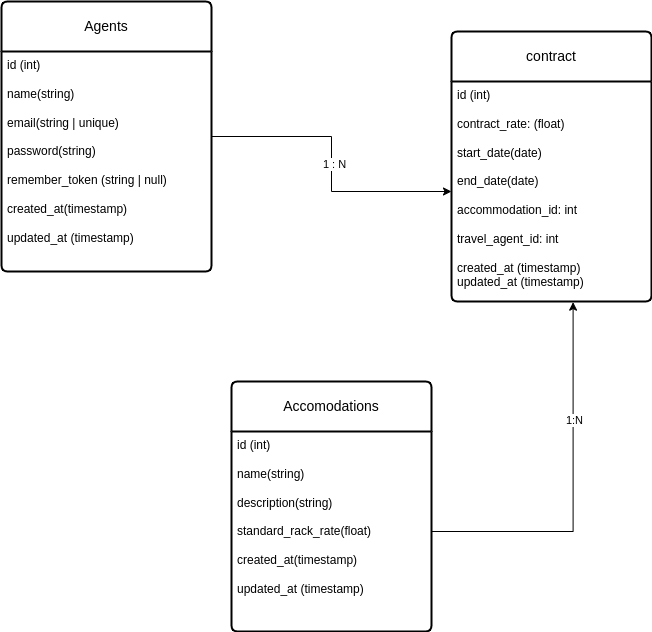
The draw.io diagram DatabaseUML.drawio.png in menyagah/B2B_Platform_For_TravelAgents, before a commit. Source tidied: cells renumbered, new cells last; positions are measured from the earlier drawing's top-left corner, leaving out a move shared by most shapes.
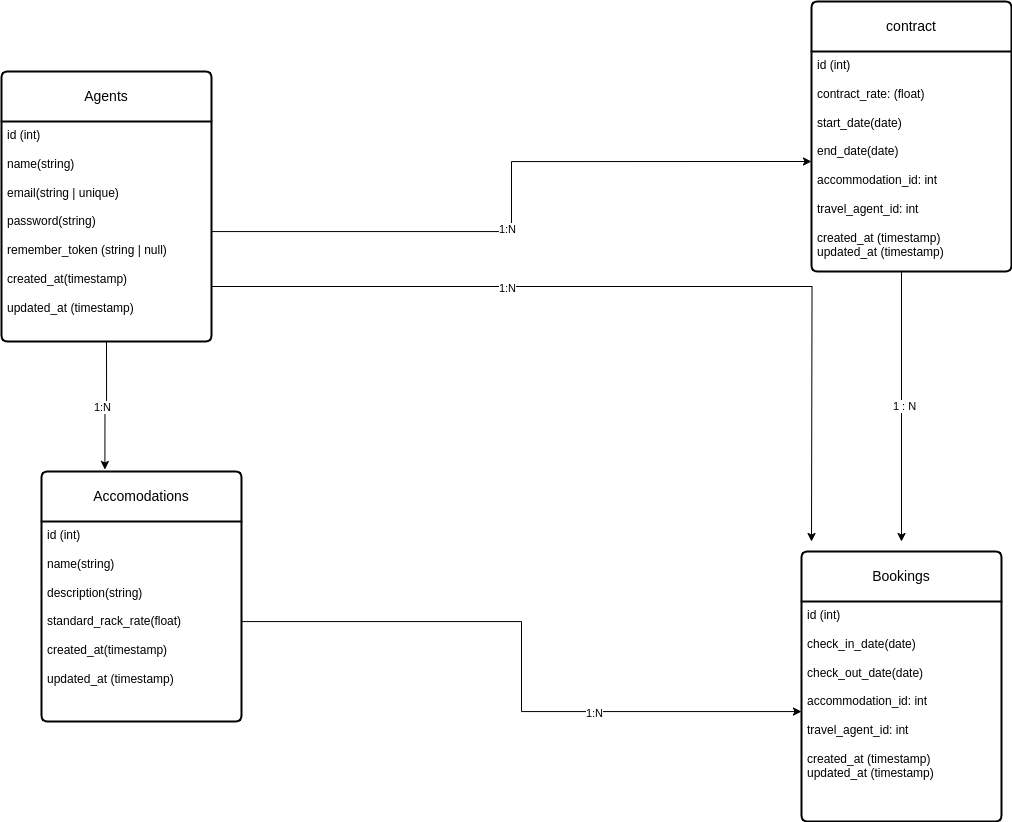
Later version of the same file.

Commit message:
Update DatabaseUML diagram to show relationships

What changed in the source:
```diff
@@ -2,35 +2,68 @@
   <root>
     <mxCell id="0" />
     <mxCell id="1" parent="0" />
-    <mxCell id="2" style="edgeStyle=orthogonalEdgeStyle;rounded=0;jettySize=auto;html=1;" parent="1" edge="1" source="4" target="7">
-      <mxGeometry relative="1" as="geometry" />
-    </mxCell>
-    <mxCell id="3" value="1 : N" style="edgeLabel;html=1;align=center;verticalAlign=middle;" parent="2" vertex="1">
-      <mxGeometry y="2" relative="1" as="geometry" />
-    </mxCell>
     <mxCell id="4" value="Agents" style="swimlane;horizontal=1;startSize=50;rounded=1;fontSize=14;fontStyle=0;strokeWidth=2;shadow=0;dashed=0;align=center;arcSize=4;whiteSpace=wrap;html=1;" parent="1" vertex="1">
-      <mxGeometry width="210" height="270" as="geometry" />
+      <mxGeometry x="20" y="-60" width="210" height="270" as="geometry" />
     </mxCell>
     <mxCell id="5" value="id (int)&lt;br&gt;&lt;br&gt;name(string)&lt;br&gt;&lt;br&gt;email(string | unique)&lt;br&gt;&lt;br&gt;password(string)&lt;br&gt;&lt;br&gt;remember_token (string | null)&lt;br&gt;&lt;br&gt;created_at(timestamp)&lt;br&gt;&lt;br&gt;updated_at (timestamp)" style="align=left;strokeColor=none;fillColor=none;spacingLeft=4;fontSize=12;verticalAlign=top;html=1;" parent="4" vertex="1">
       <mxGeometry y="50" width="210" height="220" as="geometry" />
     </mxCell>
     <mxCell id="6" value="contract" style="swimlane;horizontal=1;startSize=50;rounded=1;fontSize=14;fontStyle=0;strokeWidth=2;shadow=0;dashed=0;align=center;arcSize=4;whiteSpace=wrap;html=1;" parent="1" vertex="1">
-      <mxGeometry x="450" y="30" width="200" height="270" as="geometry" />
+      <mxGeometry x="830" y="-130" width="200" height="270" as="geometry" />
     </mxCell>
     <mxCell id="7" value="id (int)&lt;br&gt;&lt;br&gt;contract_rate: (float)&lt;br&gt;&lt;br&gt;start_date(date)&lt;br&gt;&lt;br&gt;end_date(date)&lt;br&gt;&lt;br&gt;accommodation_id: int&lt;br&gt;&lt;br&gt;travel_agent_id: int&lt;br&gt;&lt;br&gt;created_at (timestamp)&lt;br&gt;updated_at (timestamp)" style="align=left;strokeColor=none;fillColor=none;spacingLeft=4;fontSize=12;verticalAlign=top;html=1;" parent="6" vertex="1">
       <mxGeometry y="50" width="200" height="220" as="geometry" />
     </mxCell>
     <mxCell id="8" value="Accomodations" style="swimlane;horizontal=1;startSize=50;rounded=1;fontSize=14;fontStyle=0;strokeWidth=2;shadow=0;dashed=0;align=center;arcSize=4;whiteSpace=wrap;html=1;" parent="1" vertex="1">
-      <mxGeometry x="230" y="380" width="200" height="250" as="geometry" />
+      <mxGeometry x="60" y="340" width="200" height="250" as="geometry" />
     </mxCell>
     <mxCell id="9" value="id (int)&lt;br&gt;&lt;br&gt;name(string)&lt;br&gt;&lt;br&gt;description(string)&lt;br&gt;&lt;br&gt;standard_rack_rate(float)&lt;br&gt;&lt;br&gt;created_at(timestamp)&lt;br&gt;&lt;br&gt;updated_at (timestamp)" style="align=left;strokeColor=none;fillColor=none;spacingLeft=4;fontSize=12;verticalAlign=top;html=1;" parent="8" vertex="1">
       <mxGeometry y="50" width="200" height="200" as="geometry" />
     </mxCell>
-    <mxCell id="10" style="edgeStyle=orthogonalEdgeStyle;rounded=0;jettySize=auto;html=1;entryX=0.608;entryY=1.003;entryDx=0;entryDy=0;entryPerimeter=0;" parent="1" edge="1" source="9" target="7">
+    <mxCell id="10" style="edgeStyle=orthogonalEdgeStyle;rounded=0;jettySize=auto;html=1;" parent="1" edge="1" source="9" target="13">
       <mxGeometry relative="1" as="geometry" />
     </mxCell>
     <mxCell id="11" value="1:N" style="edgeLabel;html=1;align=center;verticalAlign=middle;" parent="10" vertex="1">
       <mxGeometry x="0.36" y="-1" relative="1" as="geometry" />
     </mxCell>
+    <mxCell id="12" value="Bookings" style="swimlane;horizontal=1;startSize=50;rounded=1;fontSize=14;fontStyle=0;strokeWidth=2;shadow=0;dashed=0;align=center;arcSize=4;whiteSpace=wrap;html=1;" parent="1" vertex="1">
+      <mxGeometry x="820" y="420" width="200" height="270" as="geometry" />
+    </mxCell>
+    <mxCell id="13" value="id (int)&lt;br&gt;&lt;br&gt;check_in_date(date)&lt;br&gt;&lt;br&gt;check_out_date(date)&lt;br&gt;&lt;br&gt;accommodation_id: int&lt;br&gt;&lt;br&gt;travel_agent_id: int&lt;br&gt;&lt;br&gt;created_at (timestamp)&lt;br&gt;updated_at (timestamp)" style="align=left;strokeColor=none;fillColor=none;spacingLeft=4;fontSize=12;verticalAlign=top;html=1;" parent="12" vertex="1">
+      <mxGeometry y="50" width="200" height="220" as="geometry" />
+    </mxCell>
+    <mxCell id="2" style="edgeStyle=orthogonalEdgeStyle;rounded=0;jettySize=auto;html=1;" parent="1" edge="1" source="7">
+      <mxGeometry relative="1" as="geometry">
+        <mxPoint x="920" y="410" as="targetPoint" />
+        <Array as="points">
+          <mxPoint x="920" y="20" />
+        </Array>
+      </mxGeometry>
+    </mxCell>
+    <mxCell id="3" value="1 : N" style="edgeLabel;html=1;align=center;verticalAlign=middle;" parent="2" vertex="1">
+      <mxGeometry y="2" relative="1" as="geometry" />
+    </mxCell>
+    <mxCell id="14" style="edgeStyle=orthogonalEdgeStyle;rounded=0;jettySize=auto;html=1;entryX=0;entryY=0.5;entryDx=0;entryDy=0;" parent="1" edge="1" source="5" target="7">
+      <mxGeometry relative="1" as="geometry" />
+    </mxCell>
+    <mxCell id="15" value="1:N&lt;br&gt;" style="edgeLabel;html=1;align=center;verticalAlign=middle;" parent="14" vertex="1">
+      <mxGeometry x="-0.1" y="5" relative="1" as="geometry" />
+    </mxCell>
+    <mxCell id="16" style="edgeStyle=orthogonalEdgeStyle;rounded=0;jettySize=auto;html=1;exitX=1;exitY=0.75;exitDx=0;exitDy=0;" parent="1" edge="1" source="5">
+      <mxGeometry relative="1" as="geometry">
+        <mxPoint x="830" y="410" as="targetPoint" />
+      </mxGeometry>
+    </mxCell>
+    <mxCell id="17" value="1:N" style="edgeLabel;html=1;align=center;verticalAlign=middle;" parent="16" vertex="1">
+      <mxGeometry x="-0.31" y="-1" relative="1" as="geometry">
+        <mxPoint x="1" as="offset" />
+      </mxGeometry>
+    </mxCell>
+    <mxCell id="18" style="edgeStyle=orthogonalEdgeStyle;rounded=0;jettySize=auto;html=1;exitX=0.5;exitY=1;exitDx=0;exitDy=0;entryX=0.317;entryY=-0.008;entryDx=0;entryDy=0;entryPerimeter=0;" parent="1" edge="1" source="5" target="8">
+      <mxGeometry relative="1" as="geometry" />
+    </mxCell>
+    <mxCell id="19" value="1:N" style="edgeLabel;html=1;align=center;verticalAlign=middle;" parent="18" vertex="1">
+      <mxGeometry x="0.04" y="-3" relative="1" as="geometry" />
+    </mxCell>
   </root>
 </mxGraphModel>
```
